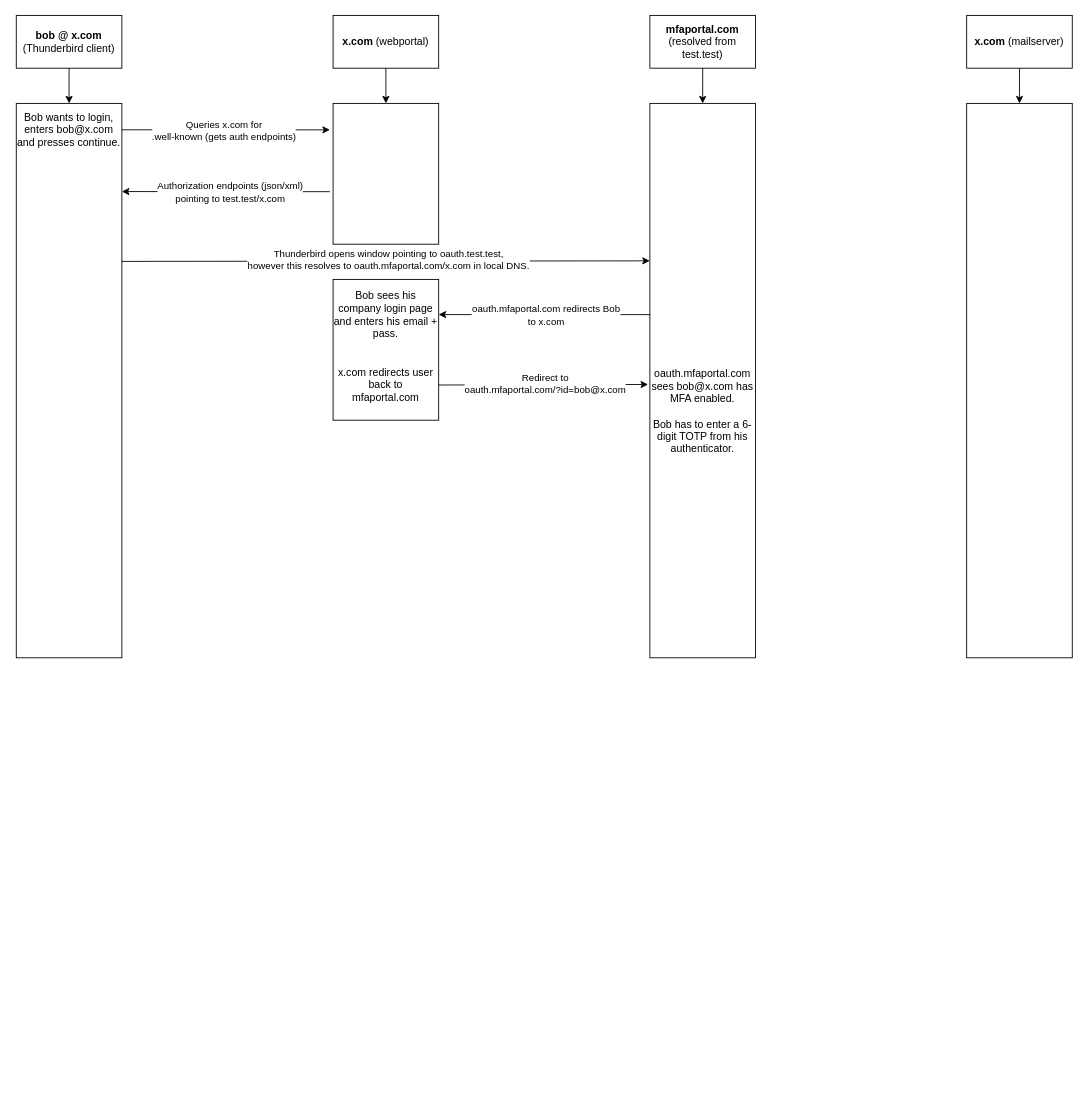
This is Vertical Lifelines OAuth2 DNS.drawio from Indigo6415/MFA-Implementation-IMAP, a draw.io file, before an edit. Source tidied: cells renumbered, new cells numbered last; positions are measured from the earlier drawing's top-left corner, leaving out a move shared by most shapes. Both pictures are drawn from the tidied source at 88%, with x=0, y=0 at pixel (16, 15).
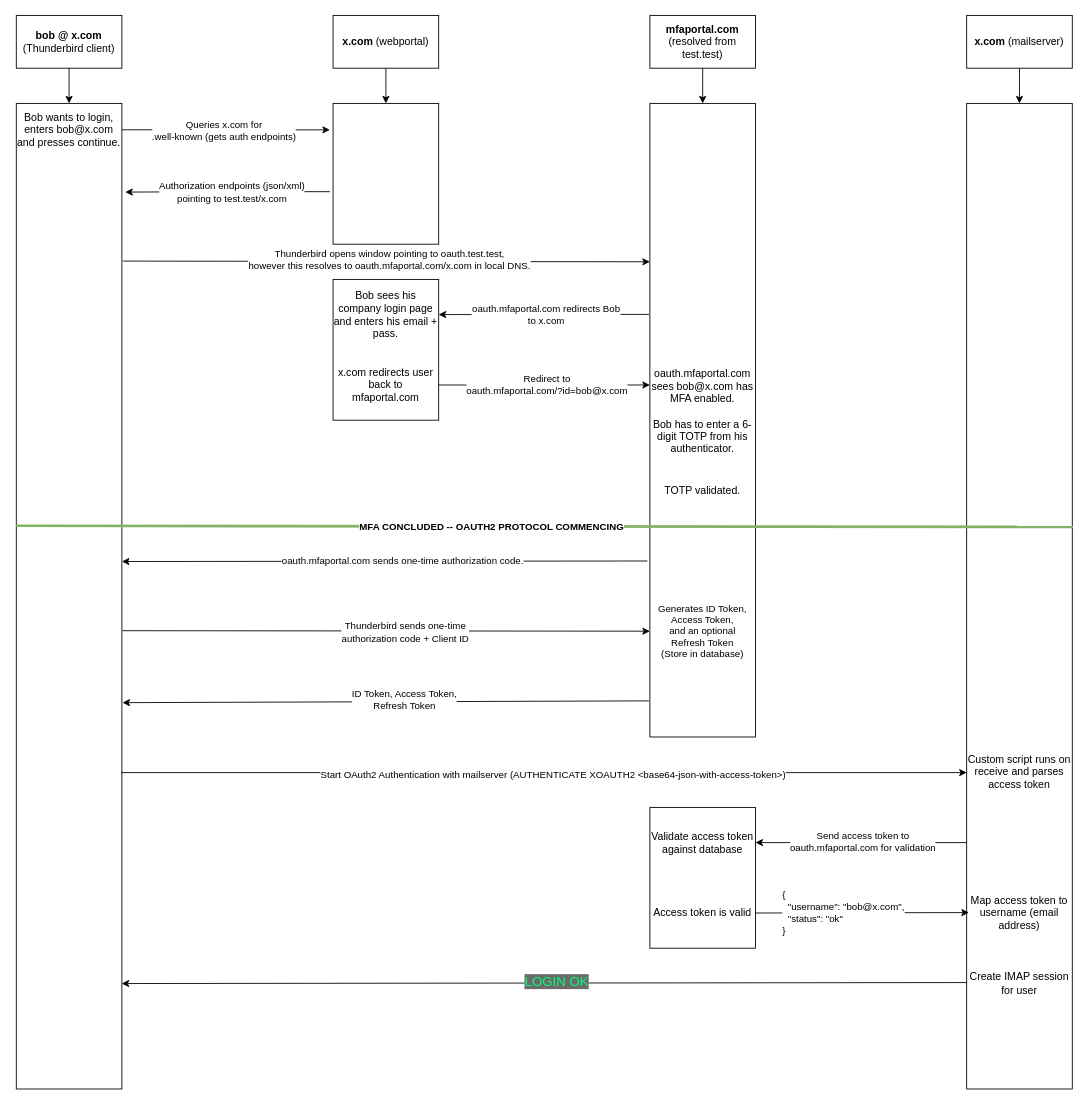
Above is the later version.

The change refers to these unchanged cells:
```xml
<mxCell id="11" style="rounded=0;whiteSpace=wrap;html=1;" parent="1" vertex="1">
  <mxGeometry x="360" y="100" width="120" height="160" as="geometry" />
</mxCell>
<mxCell id="21" style="rounded=0;whiteSpace=wrap;html=1;" parent="1" vertex="1">
  <mxGeometry x="360" y="300" width="120" height="160" as="geometry" />
</mxCell>
<mxCell id="28" value="oauth.mfaportal.com sees bob@x.com has MFA enabled.&lt;br&gt;&lt;br&gt;Bob has to enter a 6-digit TOTP from his authenticator." style="text;html=1;whiteSpace=wrap;strokeColor=none;fillColor=none;align=center;verticalAlign=middle;rounded=0;" parent="1" vertex="1">
  <mxGeometry x="720" y="390" width="120" height="120" as="geometry" />
</mxCell>
```

Diff of the diagram source:
```diff
@@
     <mxCell id="10" style="rounded=0;whiteSpace=wrap;html=1;" parent="1" vertex="1">
-      <mxGeometry y="100" width="120" height="630" as="geometry" />
+      <mxGeometry y="100" width="120" height="1120" as="geometry" />
     </mxCell>
@@
     <mxCell id="12" style="rounded=0;whiteSpace=wrap;html=1;" parent="1" vertex="1">
-      <mxGeometry x="720" y="100" width="120" height="630" as="geometry" />
+      <mxGeometry x="720" y="100" width="120" height="720" as="geometry" />
     </mxCell>
     <mxCell id="13" style="rounded=0;whiteSpace=wrap;html=1;" parent="1" vertex="1">
-      <mxGeometry x="1080" y="100" width="120" height="630" as="geometry" />
+      <mxGeometry x="1080" y="100" width="120" height="1120" as="geometry" />
     </mxCell>
@@
-    <mxCell id="17" style="edgeStyle=orthogonalEdgeStyle;rounded=0;jettySize=auto;html=1;entryX=1;entryY=0.159;entryDx=0;entryDy=0;entryPerimeter=0;exitX=-0.03;exitY=0.627;exitDx=0;exitDy=0;exitPerimeter=0;" parent="1" edge="1" source="11" target="10">
+    <mxCell id="17" style="edgeStyle=orthogonalEdgeStyle;rounded=0;jettySize=auto;html=1;entryX=1.032;entryY=0.09;entryDx=0;entryDy=0;entryPerimeter=0;exitX=-0.03;exitY=0.627;exitDx=0;exitDy=0;exitPerimeter=0;" parent="1" edge="1" source="11" target="10">
       <mxGeometry relative="1" as="geometry" />
     </mxCell>
@@
-    <mxCell id="19" style="endArrow=classic;html=1;rounded=0;exitX=0.999;exitY=0.285;exitDx=0;exitDy=0;exitPerimeter=0;entryX=-0.001;entryY=0.284;entryDx=0;entryDy=0;entryPerimeter=0;" parent="1" edge="1" source="10" target="12">
+    <mxCell id="19" style="endArrow=classic;html=1;rounded=0;exitX=1.011;exitY=0.16;exitDx=0;exitDy=0;exitPerimeter=0;entryX=0;entryY=0.25;entryDx=0;entryDy=0;" parent="1" edge="1" source="10" target="12">
       <mxGeometry relative="1" as="geometry" />
     </mxCell>
@@
-    <mxCell id="22" style="endArrow=classic;html=1;rounded=0;entryX=1;entryY=0.25;entryDx=0;entryDy=0;exitX=0.003;exitY=0.381;exitDx=0;exitDy=0;exitPerimeter=0;" parent="1" edge="1" source="12" target="21">
+    <mxCell id="22" style="endArrow=classic;html=1;rounded=0;entryX=1;entryY=0.25;entryDx=0;entryDy=0;exitX=-0.008;exitY=0.333;exitDx=0;exitDy=0;exitPerimeter=0;" parent="1" edge="1" source="12" target="21">
       <mxGeometry relative="1" as="geometry" />
     </mxCell>
@@
-    <mxCell id="24" style="endArrow=classic;html=1;rounded=0;exitX=1;exitY=0.75;exitDx=0;exitDy=0;entryX=-0.017;entryY=0.507;entryDx=0;entryDy=0;entryPerimeter=0;" parent="1" edge="1" source="21" target="12">
+    <mxCell id="24" style="endArrow=classic;html=1;rounded=0;exitX=1;exitY=0.75;exitDx=0;exitDy=0;entryX=0;entryY=0.25;entryDx=0;entryDy=0;" parent="1" edge="1" source="21" target="28">
       <mxGeometry relative="1" as="geometry" />
     </mxCell>
@@
+    <mxCell id="29" value="oauth.mfaportal.com sends one-time authorization code." style="endArrow=classic;html=1;rounded=0;exitX=-0.007;exitY=0.698;exitDx=0;exitDy=0;exitPerimeter=0;entryX=1.016;entryY=0.699;entryDx=0;entryDy=0;entryPerimeter=0;" parent="1" edge="1">
+      <mxGeometry x="-0.07" relative="1" as="geometry">
+        <mxPoint x="717.2" y="620" as="sourcePoint" />
+        <mxPoint x="120" y="620.6" as="targetPoint" />
+      </mxGeometry>
+    </mxCell>
+    <mxCell id="30" value="TOTP validated." style="text;html=1;whiteSpace=wrap;strokeColor=none;fillColor=none;align=center;verticalAlign=middle;rounded=0;" parent="1" vertex="1">
+      <mxGeometry x="720" y="500" width="120" height="80" as="geometry" />
+    </mxCell>
+    <mxCell id="31" style="endArrow=none;html=1;rounded=0;entryX=1.006;entryY=0.699;entryDx=0;entryDy=0;entryPerimeter=0;exitX=-0.001;exitY=0.697;exitDx=0;exitDy=0;exitPerimeter=0;fillColor=#d5e8d4;strokeColor=#82b366;strokeWidth=3;" parent="1" edge="1">
+      <mxGeometry relative="1" as="geometry">
+        <mxPoint y="580" as="sourcePoint" />
+        <mxPoint x="1200.8" y="581.3" as="targetPoint" />
+      </mxGeometry>
+    </mxCell>
+    <mxCell id="32" value="&lt;b&gt;MFA CONCLUDED -- OAUTH2 PROTOCOL COMMENCING&lt;/b&gt;" style="edgeLabel;html=1;align=center;verticalAlign=middle;" parent="31" vertex="1">
+      <mxGeometry x="0.01" y="2" relative="1" as="geometry">
+        <mxPoint x="-67" y="2" as="offset" />
+      </mxGeometry>
+    </mxCell>
+    <mxCell id="33" style="endArrow=classic;html=1;rounded=0;exitX=1.006;exitY=0.535;exitDx=0;exitDy=0;exitPerimeter=0;entryX=0;entryY=0.833;entryDx=0;entryDy=0;entryPerimeter=0;" parent="1" edge="1" source="10" target="12">
+      <mxGeometry relative="1" as="geometry" />
+    </mxCell>
+    <mxCell id="34" value="Thunderbird sends one-time&lt;br&gt;authorization code + Client ID" style="edgeLabel;html=1;align=center;verticalAlign=middle;" parent="33" vertex="1">
+      <mxGeometry x="0.03" relative="1" as="geometry">
+        <mxPoint x="12" y="1" as="offset" />
+      </mxGeometry>
+    </mxCell>
+    <mxCell id="35" style="endArrow=classic;html=1;rounded=0;exitX=-0.01;exitY=0.943;exitDx=0;exitDy=0;exitPerimeter=0;entryX=1.006;entryY=0.608;entryDx=0;entryDy=0;entryPerimeter=0;" parent="1" edge="1" source="12" target="10">
+      <mxGeometry relative="1" as="geometry" />
+    </mxCell>
+    <mxCell id="36" value="&lt;div&gt;ID Token, Access Token,&lt;/div&gt;&lt;div&gt;Refresh Token&lt;/div&gt;" style="edgeLabel;html=1;align=center;verticalAlign=middle;" parent="35" vertex="1">
+      <mxGeometry x="-0.07" y="-2" relative="1" as="geometry" />
+    </mxCell>
+    <mxCell id="37" value="&lt;div style=&quot;font-size: 11px; text-wrap-mode: nowrap;&quot;&gt;Generates ID Token, &lt;br&gt;Access Token, &lt;br&gt;and an optional &lt;br&gt;Refresh Token&lt;/div&gt;&lt;div style=&quot;font-size: 11px; text-wrap-mode: nowrap;&quot;&gt;&lt;span style=&quot;background-color: rgb(255, 255, 255); color: light-dark(rgb(0, 0, 0), rgb(255, 255, 255));&quot;&gt;(Store in database)&lt;/span&gt;&lt;/div&gt;" style="text;html=1;whiteSpace=wrap;strokeColor=none;fillColor=none;align=center;verticalAlign=middle;rounded=0;" parent="1" vertex="1">
+      <mxGeometry x="720" y="660" width="120" height="80" as="geometry" />
+    </mxCell>
+    <mxCell id="38" style="endArrow=classic;html=1;rounded=0;exitX=0.992;exitY=0.679;exitDx=0;exitDy=0;exitPerimeter=0;entryX=0;entryY=0.679;entryDx=0;entryDy=0;entryPerimeter=0;" parent="1" edge="1" source="10" target="13">
+      <mxGeometry relative="1" as="geometry" />
+    </mxCell>
+    <mxCell id="39" value="Start OAuth2 Authentication with mailserver (AUTHENTICATE XOAUTH2 &amp;lt;base64-json-with-access-token&amp;gt;)" style="edgeLabel;html=1;align=center;verticalAlign=middle;" parent="38" vertex="1">
+      <mxGeometry x="0.02" y="-2" relative="1" as="geometry" />
+    </mxCell>
+    <mxCell id="40" value="Custom script runs on receive and parses access token" style="text;html=1;whiteSpace=wrap;strokeColor=none;fillColor=none;align=center;verticalAlign=middle;rounded=0;" parent="1" vertex="1">
+      <mxGeometry x="1080" y="820" width="120" height="80" as="geometry" />
+    </mxCell>
+    <mxCell id="41" style="rounded=0;whiteSpace=wrap;html=1;" parent="1" vertex="1">
+      <mxGeometry x="720" y="900" width="120" height="160" as="geometry" />
+    </mxCell>
+    <mxCell id="42" style="endArrow=classic;html=1;rounded=0;exitX=0;exitY=0.75;exitDx=0;exitDy=0;entryX=1;entryY=0.25;entryDx=0;entryDy=0;" parent="1" edge="1" source="13" target="41">
+      <mxGeometry relative="1" as="geometry" />
+    </mxCell>
+    <mxCell id="43" value="&lt;div&gt;Send access token to&lt;/div&gt;&lt;div&gt;oauth.mfaportal.com for validation&lt;/div&gt;" style="edgeLabel;html=1;align=center;verticalAlign=middle;" parent="42" vertex="1">
+      <mxGeometry x="-0.01" y="-1" relative="1" as="geometry" />
+    </mxCell>
+    <mxCell id="44" style="endArrow=classic;html=1;rounded=0;exitX=1;exitY=0.75;exitDx=0;exitDy=0;entryX=0.021;entryY=0.821;entryDx=0;entryDy=0;entryPerimeter=0;" parent="1" edge="1" source="41" target="13">
+      <mxGeometry relative="1" as="geometry" />
+    </mxCell>
+    <mxCell id="45" value="&lt;div&gt;{&lt;/div&gt;&lt;div&gt;&amp;nbsp; &quot;username&quot;: &quot;bob@x.com&quot;,&lt;/div&gt;&lt;div&gt;&amp;nbsp; &quot;status&quot;: &quot;ok&quot;&lt;/div&gt;&lt;div&gt;}&lt;/div&gt;" style="edgeLabel;html=1;align=left;verticalAlign=middle;" parent="44" vertex="1">
+      <mxGeometry relative="1" as="geometry">
+        <mxPoint x="-92" as="offset" />
+      </mxGeometry>
+    </mxCell>
+    <mxCell id="46" value="Validate access token against database" style="text;whiteSpace=wrap;align=center;verticalAlign=middle;" parent="1" vertex="1">
+      <mxGeometry x="720" y="900" width="120" height="80" as="geometry" />
+    </mxCell>
+    <mxCell id="47" value="Access token is valid" style="text;html=1;whiteSpace=wrap;strokeColor=none;fillColor=none;align=center;verticalAlign=middle;rounded=0;" parent="1" vertex="1">
+      <mxGeometry x="720" y="980" width="120" height="80" as="geometry" />
+    </mxCell>
+    <mxCell id="48" style="endArrow=classic;html=1;rounded=0;exitX=-0.002;exitY=0.892;exitDx=0;exitDy=0;exitPerimeter=0;entryX=0.998;entryY=0.893;entryDx=0;entryDy=0;entryPerimeter=0;" parent="1" edge="1" source="13" target="10">
+      <mxGeometry relative="1" as="geometry" />
+    </mxCell>
+    <mxCell id="49" value="&lt;font style=&quot;font-size: 15px; color: rgb(0, 255, 119); background-color: rgb(107, 107, 107);&quot;&gt;LOGIN OK&lt;/font&gt;" style="edgeLabel;html=1;align=center;verticalAlign=middle;" parent="48" vertex="1">
+      <mxGeometry x="-0.03" y="-2" relative="1" as="geometry" />
+    </mxCell>
+    <mxCell id="50" value="Map access token to username (email address)" style="text;whiteSpace=wrap;verticalAlign=middle;align=center;" parent="1" vertex="1">
+      <mxGeometry x="1080" y="990" width="120" height="60" as="geometry" />
+    </mxCell>
+    <mxCell id="51" value="Create IMAP session for user" style="text;html=1;whiteSpace=wrap;strokeColor=none;fillColor=none;align=center;verticalAlign=middle;rounded=0;" parent="1" vertex="1">
+      <mxGeometry x="1080" y="1060" width="120" height="80" as="geometry" />
+    </mxCell>
```
